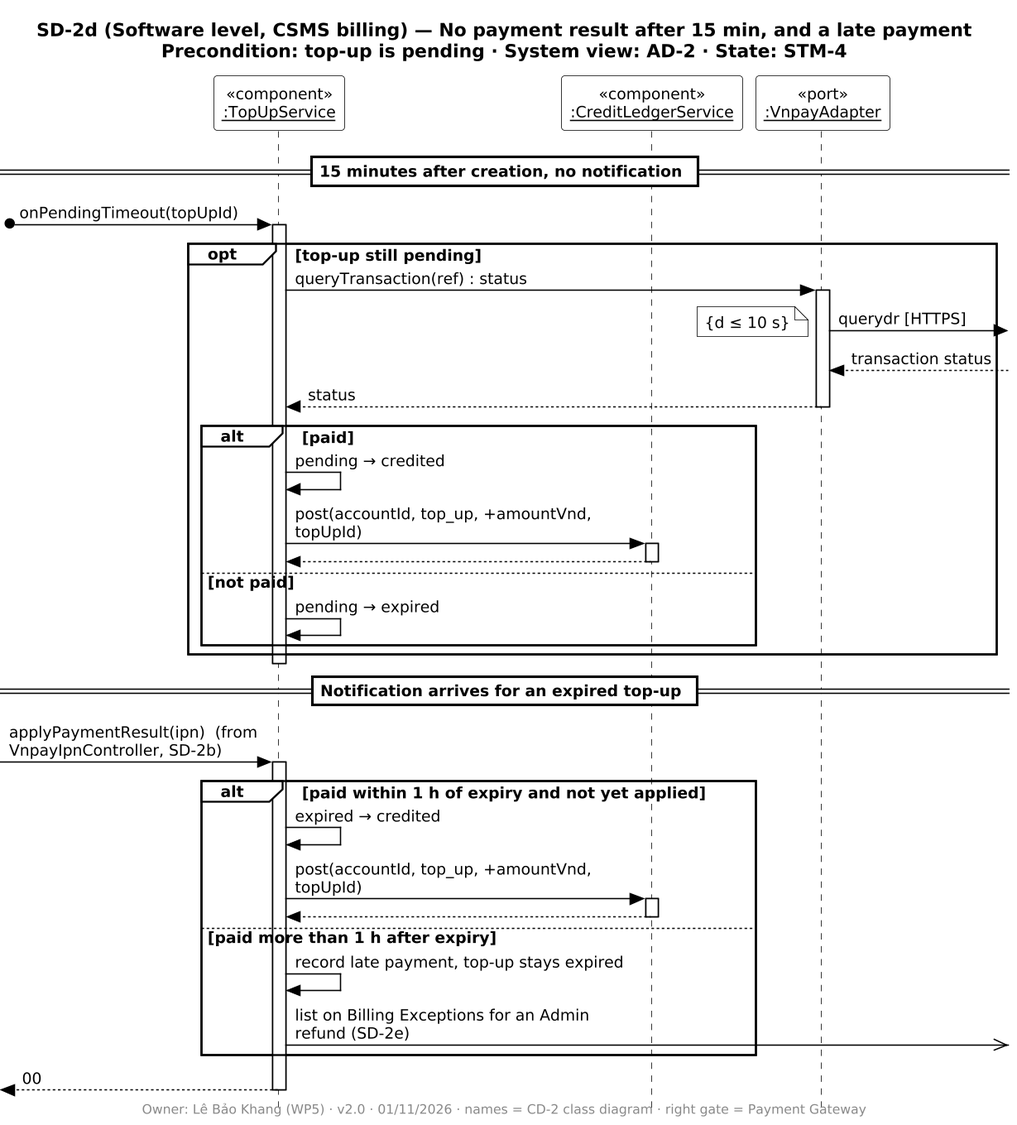
The PlantUML diagram diagrams/report4/sequence/SD-2d/SD-2d.png in PowerMeApp/powerme, before a commit.
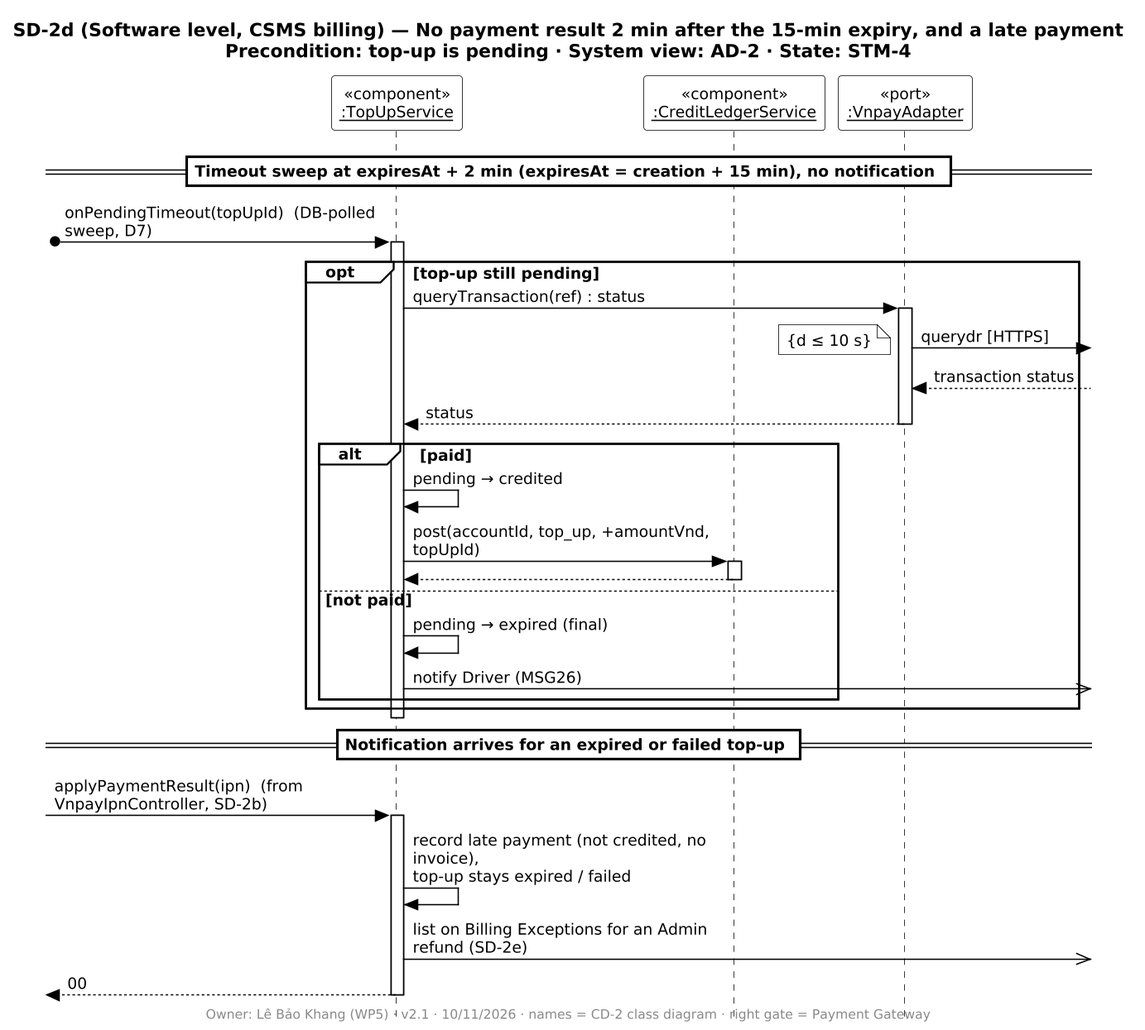
Later version of the same file.

Change to the diagram source:
```diff
@@ -1,14 +1,14 @@
 @startuml SD-2d
 !include ../_style.iuml
-title SD-2d (Software level, CSMS billing) — No payment result after 15 min, and a late payment\nPrecondition: top-up is pending · System view: AD-2 · State: STM-4
-footer Owner: Lê Bảo Khang (WP5) · v2.0 · 01/11/2026 · names = CD-2 class diagram · right gate = Payment Gateway
+title SD-2d (Software level, CSMS billing) — No payment result 2 min after the 15-min expiry, and a late payment\nPrecondition: top-up is pending · System view: AD-2 · State: STM-4
+footer Owner: Lê Bảo Khang (WP5) · v2.1 · 10/11/2026 · names = CD-2 class diagram · right gate = Payment Gateway
 
 participant "«component»\n<u>:TopUpService</u>" as TS
 participant "«component»\n<u>:CreditLedgerService</u>" as CL
 participant "«port»\n<u>:VnpayAdapter</u>" as VA
 
-== 15 minutes after creation, no notification ==
-[o-> TS ++ : onPendingTimeout(topUpId)
+== Timeout sweep at expiresAt + 2 min (expiresAt = creation + 15 min), no notification ==
+[o-> TS ++ : onPendingTimeout(topUpId)  (DB-polled sweep, D7)
 opt top-up still pending
   TS -> VA ++ : queryTransaction(ref) : status
   VA ->] : querydr [HTTPS]
@@ -20,20 +20,15 @@
     TS -> CL ++ : post(accountId, top_up, +amountVnd, topUpId)
     CL --> TS --
   else not paid
-    TS -> TS : pending → expired
+    TS -> TS : pending → expired (final)
+    TS ->>] : notify Driver (MSG26)
   end
 end
 deactivate TS
 
-== Notification arrives for an expired top-up ==
+== Notification arrives for an expired or failed top-up ==
 [-> TS ++ : applyPaymentResult(ipn)  (from VnpayIpnController, SD-2b)
-alt paid within 1 h of expiry and not yet applied
-  TS -> TS : expired → credited
-  TS -> CL ++ : post(accountId, top_up, +amountVnd, topUpId)
-  CL --> TS --
-else paid more than 1 h after expiry
-  TS -> TS : record late payment, top-up stays expired
-  TS ->>] : list on Billing Exceptions for an Admin refund (SD-2e)
-end
+TS -> TS : record late payment (not credited, no invoice),\ntop-up stays expired / failed
+TS ->>] : list on Billing Exceptions for an Admin refund (SD-2e)
 [<-- TS -- : 00
 @enduml
```
